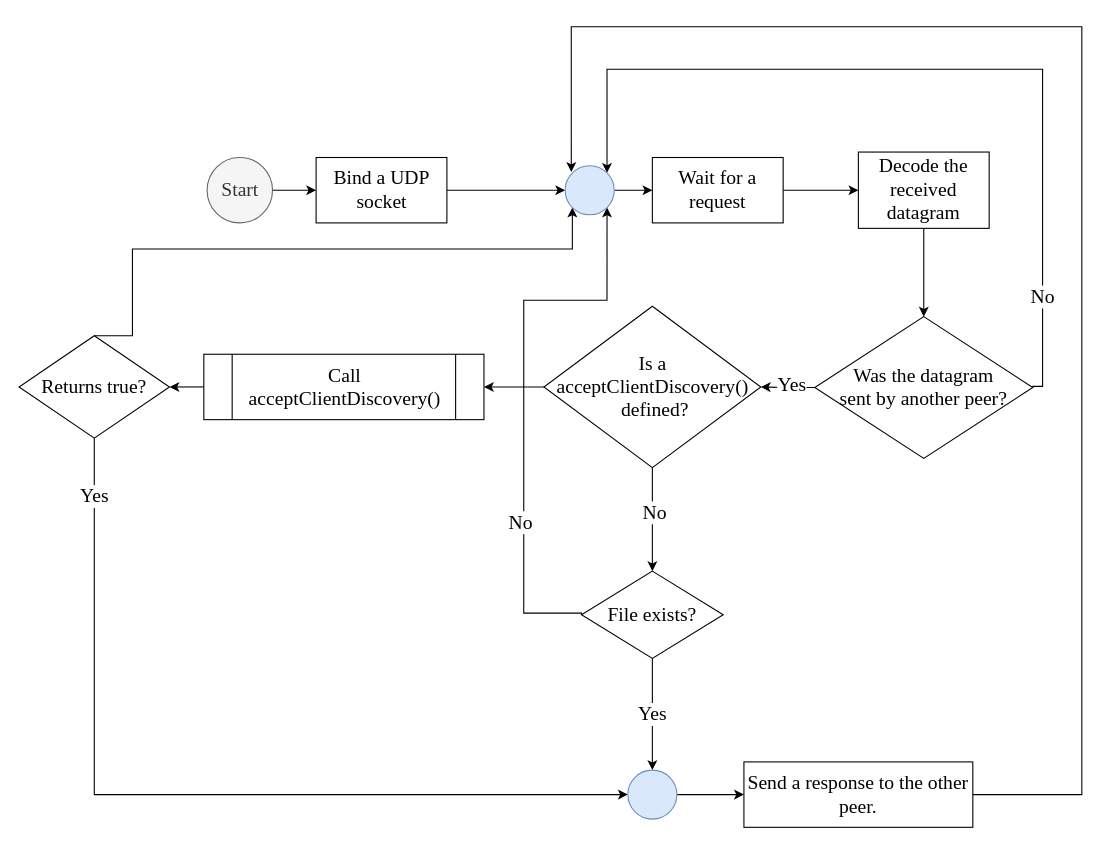
Above: page "Page-5" (5 of 6) of network_file.drawio in devxpy/draw.io (draw.io), before the change. Source tidied: cells renumbered, new cells numbered last; positions are measured from the earlier drawing's top-left corner, leaving out a move shared by most shapes. Both pictures are drawn from the tidied source at 109%, with x=0, y=0 at pixel (19, 26).
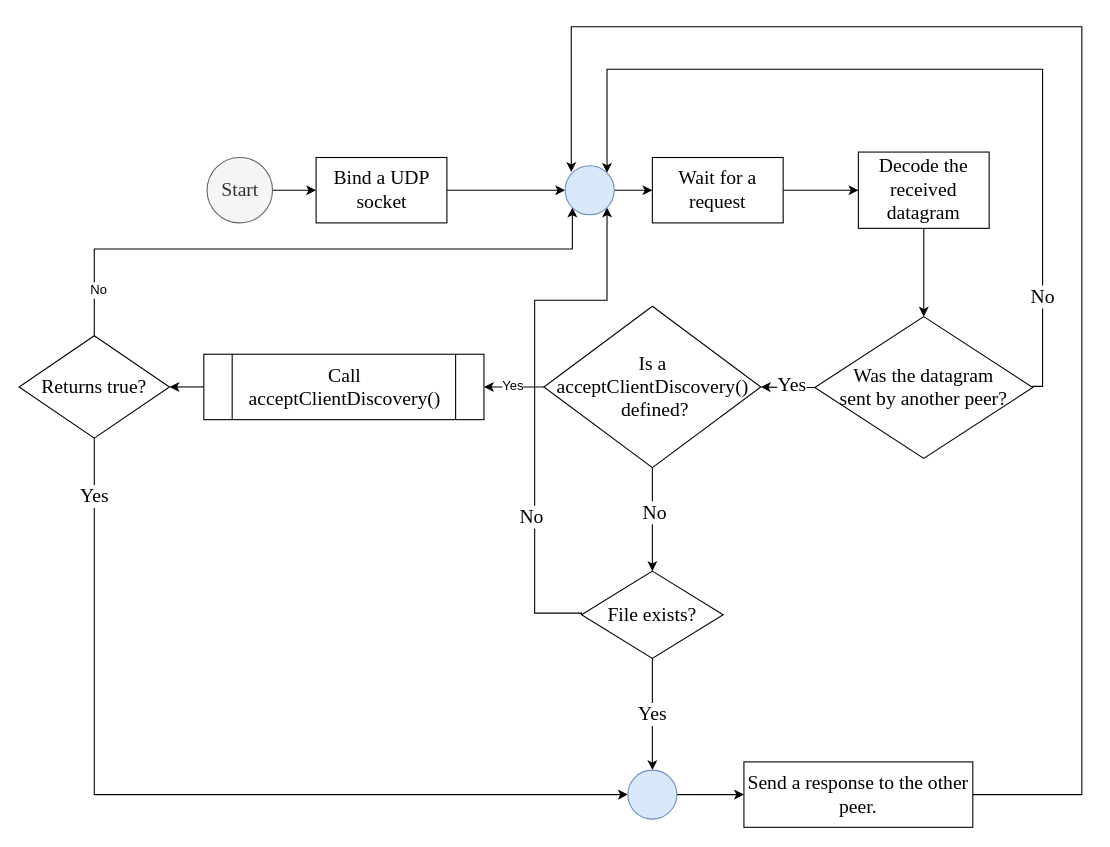
Above is the later version.

The change refers to these unchanged cells:
```xml
<mxCell id="17" value="File exists?" style="rhombus;whiteSpace=wrap;html=1;fontFamily=Times New Roman;fontSize=18;" parent="1" vertex="1">
  <mxGeometry x="516" y="499.5" width="130" height="80" as="geometry" />
</mxCell>
<mxCell id="21" value="Returns true?" style="rhombus;whiteSpace=wrap;html=1;fontFamily=Times New Roman;fontSize=18;" parent="1" vertex="1">
  <mxGeometry y="283.5" width="138" height="94" as="geometry" />
</mxCell>
<mxCell id="25" style="ellipse;whiteSpace=wrap;html=1;fontFamily=Times New Roman;fontSize=18;fillColor=#dae8fc;strokeColor=#6c8ebf;" parent="1" vertex="1">
  <mxGeometry x="501" y="127.5" width="45" height="45" as="geometry" />
</mxCell>
<mxCell id="28" style="edgeStyle=none;rounded=0;jettySize=auto;html=1;exitX=0;exitY=0.5;exitDx=0;exitDy=0;entryX=1;entryY=0.5;entryDx=0;entryDy=0;fontFamily=Times New Roman;fontSize=18;" parent="1" edge="1" source="29" target="31">
  <mxGeometry relative="1" as="geometry" />
</mxCell>
```

Diff of the diagram source:
```diff
@@
     <mxCell id="14" style="edgeStyle=orthogonalEdgeStyle;rounded=0;jettySize=auto;html=1;exitX=0;exitY=0.5;exitDx=0;exitDy=0;fontFamily=Times New Roman;fontSize=18;entryX=1;entryY=1;entryDx=0;entryDy=0;" parent="1" edge="1" source="17" target="25">
       <mxGeometry relative="1" as="geometry">
         <Array as="points">
           <mxPoint x="516" y="538" />
-          <mxPoint x="463" y="538" />
-          <mxPoint x="463" y="251" />
+          <mxPoint x="473" y="538" />
+          <mxPoint x="473" y="251" />
           <mxPoint x="539" y="251" />
         </Array>
       </mxGeometry>
     </mxCell>
@@
     <mxCell id="18" style="edgeStyle=orthogonalEdgeStyle;rounded=0;jettySize=auto;html=1;exitX=0.5;exitY=0;exitDx=0;exitDy=0;entryX=0;entryY=1;entryDx=0;entryDy=0;fontFamily=Times New Roman;fontSize=18;" parent="1" edge="1" source="21" target="25">
       <mxGeometry relative="1" as="geometry">
         <Array as="points">
-          <mxPoint x="104" y="204" />
+          <mxPoint x="69" y="204" />
           <mxPoint x="508" y="204" />
         </Array>
       </mxGeometry>
     </mxCell>
+    <mxCell id="34" value="No" style="text;html=1;align=center;verticalAlign=middle;labelBackgroundColor=#ffffff;" parent="18" vertex="1">
+      <mxGeometry x="-0.85" y="-3" relative="1" as="geometry" />
+    </mxCell>
@@
+    <mxCell id="35" value="Yes" style="text;html=1;align=center;verticalAlign=middle;labelBackgroundColor=#ffffff;" parent="28" vertex="1">
+      <mxGeometry x="0.07" y="-1" relative="1" as="geometry" />
+    </mxCell>
```
